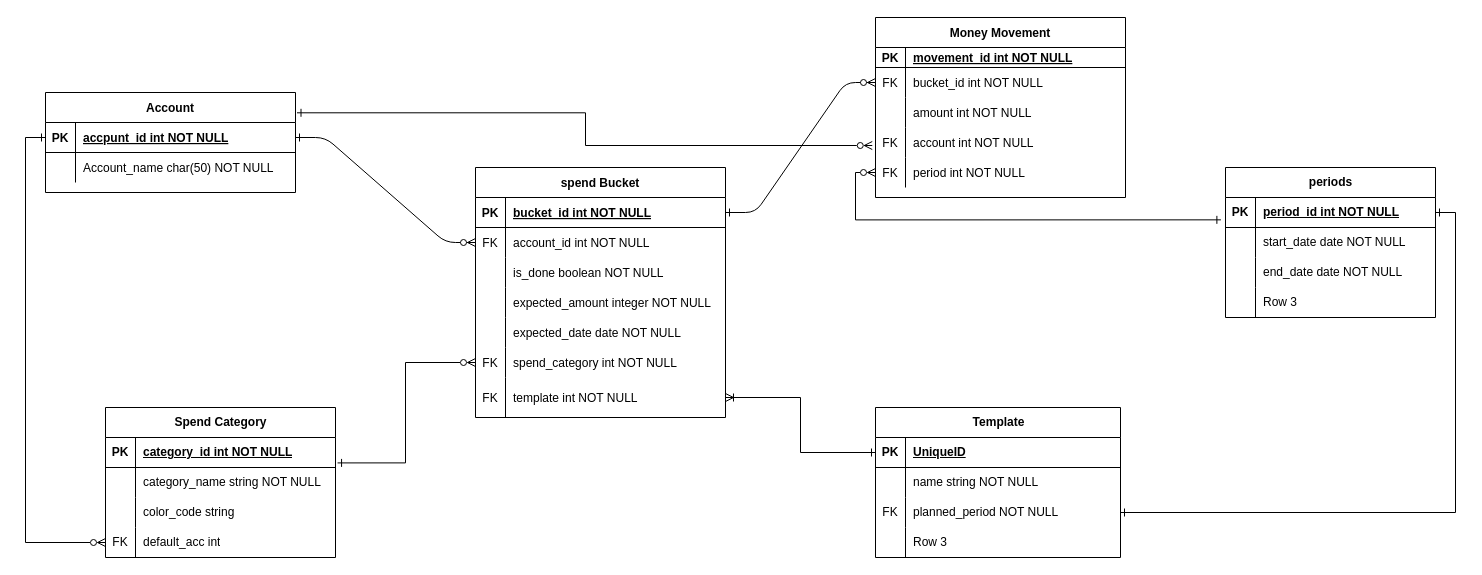
The draw.io diagram ERD.drawio in wolfsquared/Budgeting-App-Diagrams, before the edit. Source tidied: cells renumbered, new cells numbered last; positions are measured from the earlier drawing's top-left corner, leaving out a move shared by most shapes. Both pictures are drawn from the tidied source at 100%, with x=0, y=0 at pixel (45, 17).
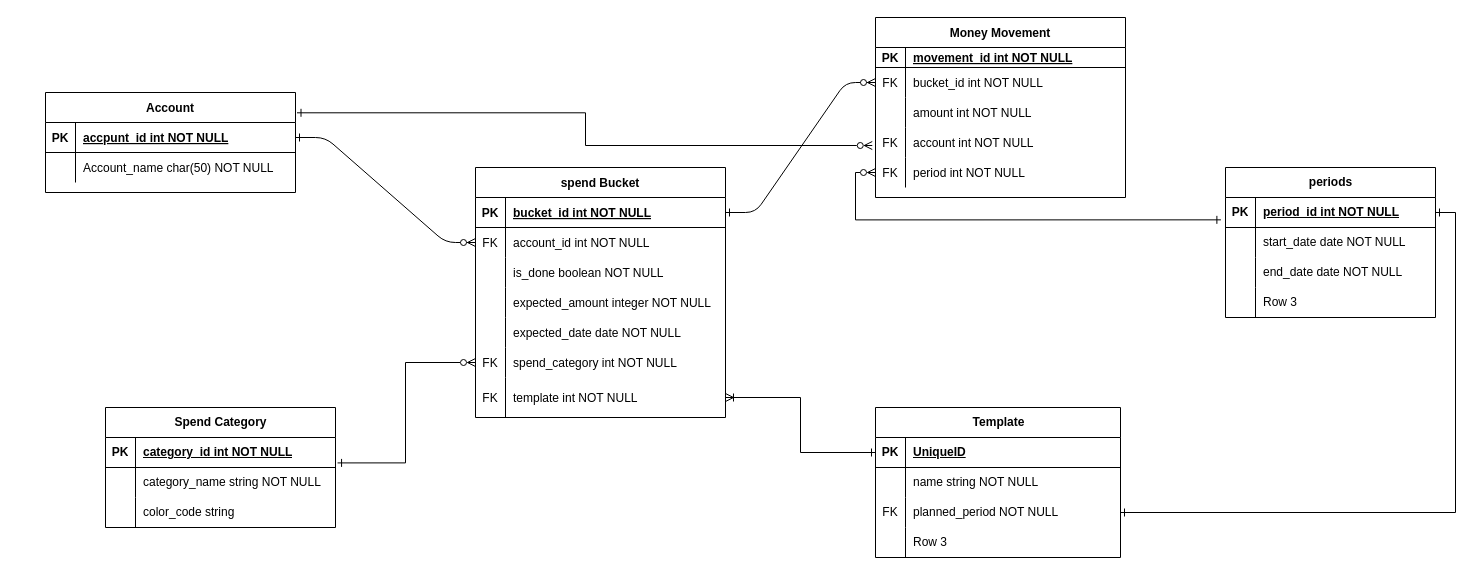
Above is the later version.

Unchanged cells that the change refers to:
```xml
<mxCell id="43" style="shape=partialRectangle;fillColor=none;points=[[0,0.5],[1,0.5]];portConstraint=eastwest;top=0;left=0;right=0;bottom=1;" parent="42" vertex="1">
  <mxGeometry y="30" width="250" height="30" as="geometry" />
</mxCell>
```

The edit, as a diff of the source:
```diff
@@
     <mxCell id="49" value="Spend Category" style="shape=table;startSize=30;childLayout=tableLayout;rowLines=0;fontStyle=1;align=center;html=1;" parent="1" vertex="1">
-      <mxGeometry x="60" y="390" width="230" height="150" as="geometry" />
+      <mxGeometry x="60" y="390" width="230" height="120" as="geometry" />
     </mxCell>
@@
-    <mxCell id="59" style="shape=tableRow;horizontal=0;startSize=0;swimlaneHead=0;swimlaneBody=0;fillColor=none;points=[[0,0.5],[1,0.5]];portConstraint=eastwest;top=0;left=0;right=0;bottom=0;" parent="49" vertex="1">
-      <mxGeometry y="120" width="230" height="30" as="geometry" />
-    </mxCell>
-    <mxCell id="60" value="FK" style="shape=partialRectangle;fillColor=none;top=0;left=0;bottom=0;right=0;overflow=hidden;whiteSpace=wrap;html=1;" parent="59" vertex="1">
-      <mxGeometry width="30" height="30" as="geometry" />
-    </mxCell>
-    <mxCell id="61" value="default_acc int" style="shape=partialRectangle;fillColor=none;top=0;left=0;bottom=0;right=0;align=left;spacingLeft=6;overflow=hidden;whiteSpace=wrap;html=1;" parent="59" vertex="1">
-      <mxGeometry x="30" width="200" height="30" as="geometry" />
-    </mxCell>
-    <mxCell id="62" style="edgeStyle=orthogonalEdgeStyle;rounded=0;jettySize=auto;html=1;entryX=0;entryY=0.5;entryDx=0;entryDy=0;endArrow=ERone;endFill=0;startArrow=ERzeroToMany;startFill=0;" parent="1" edge="1" source="59" target="43">
+    <mxCell id="62" style="edgeStyle=orthogonalEdgeStyle;rounded=0;jettySize=auto;html=1;entryX=0;entryY=0.5;entryDx=0;entryDy=0;endArrow=ERone;endFill=0;startArrow=ERzeroToMany;startFill=0;" parent="1" edge="1" target="43">
       <mxGeometry relative="1" as="geometry" />
     </mxCell>
```
